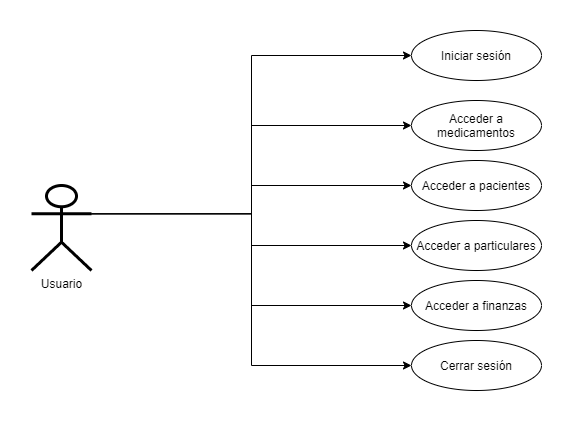
shecheeee/Diagramas keeps this draw.io diagram as casosdeuso.png. Above is the earlier version. Source tidied: cells renumbered, new cells last; positions are measured from the earlier drawing's top-left corner, leaving out a move shared by most shapes. The source it was exported from:
```xml
<mxGraphModel>
  <root>
    <mxCell id="0" />
    <mxCell id="1" parent="0" />
    <mxCell id="2" value="Usuario" style="shape=umlActor;verticalLabelPosition=bottom;verticalAlign=top;html=1;strokeWidth=3;" parent="1" vertex="1">
      <mxGeometry y="155" width="60" height="85" as="geometry" />
    </mxCell>
    <mxCell id="3" value="Iniciar sesión" style="ellipse;whiteSpace=wrap;html=1;" parent="1" vertex="1">
      <mxGeometry x="380" width="130" height="50" as="geometry" />
    </mxCell>
    <mxCell id="4" value="Acceder a pacientes" style="ellipse;whiteSpace=wrap;html=1;" parent="1" vertex="1">
      <mxGeometry x="380" y="130" width="130" height="50" as="geometry" />
    </mxCell>
    <mxCell id="5" value="Acceder a particulares" style="ellipse;whiteSpace=wrap;html=1;" parent="1" vertex="1">
      <mxGeometry x="380" y="190" width="130" height="50" as="geometry" />
    </mxCell>
    <mxCell id="6" value="Acceder a medicamentos" style="ellipse;whiteSpace=wrap;html=1;" parent="1" vertex="1">
      <mxGeometry x="380" y="70" width="130" height="50" as="geometry" />
    </mxCell>
    <mxCell id="7" value="Acceder a finanzas" style="ellipse;whiteSpace=wrap;html=1;" parent="1" vertex="1">
      <mxGeometry x="380" y="250" width="130" height="50" as="geometry" />
    </mxCell>
    <mxCell id="8" value="Cerrar sesión" style="ellipse;whiteSpace=wrap;html=1;" parent="1" vertex="1">
      <mxGeometry x="380" y="310" width="130" height="50" as="geometry" />
    </mxCell>
    <mxCell id="9" style="endArrow=classic;html=1;rounded=0;edgeStyle=orthogonalEdgeStyle;exitX=1;exitY=0.3333333333333333;exitDx=0;exitDy=0;exitPerimeter=0;entryX=0;entryY=0.5;entryDx=0;entryDy=0;" parent="1" edge="1" source="2" target="3">
      <mxGeometry relative="1" as="geometry">
        <Array as="points">
          <mxPoint x="60" y="183" />
          <mxPoint x="220" y="183" />
          <mxPoint x="220" y="25" />
        </Array>
      </mxGeometry>
    </mxCell>
    <mxCell id="10" style="endArrow=classic;html=1;rounded=0;edgeStyle=orthogonalEdgeStyle;exitX=1;exitY=0.3333333333333333;exitDx=0;exitDy=0;exitPerimeter=0;entryX=0;entryY=0.5;entryDx=0;entryDy=0;" parent="1" edge="1" source="2" target="6">
      <mxGeometry relative="1" as="geometry">
        <Array as="points">
          <mxPoint x="60" y="183" />
          <mxPoint x="220" y="183" />
          <mxPoint x="220" y="95" />
        </Array>
      </mxGeometry>
    </mxCell>
    <mxCell id="11" style="endArrow=classic;html=1;rounded=0;edgeStyle=orthogonalEdgeStyle;entryX=0;entryY=0.5;entryDx=0;entryDy=0;" parent="1" edge="1" target="4">
      <mxGeometry relative="1" as="geometry">
        <mxPoint x="220" y="170" as="sourcePoint" />
        <Array as="points">
          <mxPoint x="220" y="155" />
        </Array>
      </mxGeometry>
    </mxCell>
    <mxCell id="12" style="endArrow=classic;html=1;rounded=0;edgeStyle=orthogonalEdgeStyle;exitX=1;exitY=0.3333333333333333;exitDx=0;exitDy=0;exitPerimeter=0;entryX=0;entryY=0.5;entryDx=0;entryDy=0;" parent="1" edge="1" source="2" target="8">
      <mxGeometry relative="1" as="geometry">
        <Array as="points">
          <mxPoint x="60" y="183" />
          <mxPoint x="220" y="183" />
          <mxPoint x="220" y="335" />
        </Array>
      </mxGeometry>
    </mxCell>
    <mxCell id="13" style="endArrow=classic;html=1;rounded=0;edgeStyle=orthogonalEdgeStyle;entryX=0;entryY=0.5;entryDx=0;entryDy=0;" parent="1" edge="1" target="5">
      <mxGeometry relative="1" as="geometry">
        <mxPoint x="220" y="235" as="sourcePoint" />
        <Array as="points">
          <mxPoint x="220" y="215" />
        </Array>
      </mxGeometry>
    </mxCell>
    <mxCell id="14" style="endArrow=classic;html=1;rounded=0;edgeStyle=orthogonalEdgeStyle;entryX=0;entryY=0.5;entryDx=0;entryDy=0;" parent="1" edge="1" target="7">
      <mxGeometry relative="1" as="geometry">
        <mxPoint x="220" y="280" as="sourcePoint" />
        <Array as="points">
          <mxPoint x="220" y="275" />
        </Array>
      </mxGeometry>
    </mxCell>
  </root>
</mxGraphModel>
```
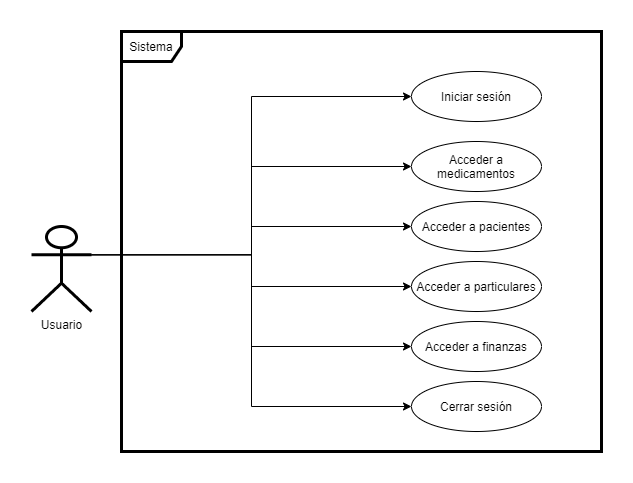
Above is the later version.

The edit, as a diff of the source:
```diff
@@ -74,5 +74,8 @@
         </Array>
       </mxGeometry>
     </mxCell>
+    <mxCell id="15" value="Sistema" style="shape=umlFrame;whiteSpace=wrap;html=1;strokeWidth=3;gradientColor=none;" parent="1" vertex="1">
+      <mxGeometry x="90" y="-40" width="480" height="420" as="geometry" />
+    </mxCell>
   </root>
 </mxGraphModel>
```
